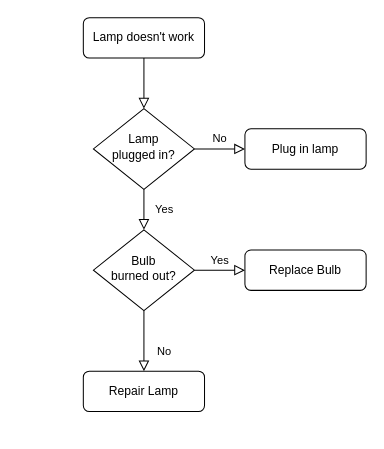
Earlier version of the draw.io diagram 3.drawio (LegendaryMouse/ZvonkovAndreyAlgoritmization). Source tidied: cells renumbered, new cells numbered last; positions are measured from the earlier drawing's top-left corner, leaving out a move shared by most shapes. Both pictures are drawn from the tidied source at 101%, with x=0, y=0 at pixel (83, 17).
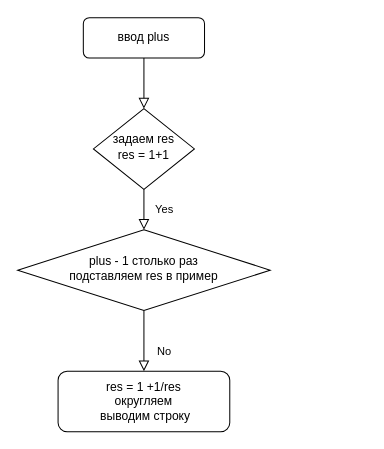
Above is the later version.

Change to the diagram source:
```diff
@@
 <mxGraphModel>
   <root>
     <mxCell id="0" />
     <mxCell id="1" parent="0" />
     <mxCell id="2" style="rounded=0;html=1;jettySize=auto;fontSize=11;endArrow=block;endFill=0;endSize=8;strokeWidth=1;shadow=0;labelBackgroundColor=none;edgeStyle=orthogonalEdgeStyle;" parent="1" edge="1" source="3" target="6">
       <mxGeometry relative="1" as="geometry" />
     </mxCell>
-    <mxCell id="3" value="Lamp doesn't work" style="rounded=1;whiteSpace=wrap;html=1;fontSize=12;glass=0;strokeWidth=1;shadow=0;" parent="1" vertex="1">
+    <mxCell id="3" value="ввод plus" style="rounded=1;whiteSpace=wrap;html=1;fontSize=12;glass=0;strokeWidth=1;shadow=0;" parent="1" vertex="1">
       <mxGeometry width="120" height="40" as="geometry" />
     </mxCell>
     <mxCell id="4" value="Yes" style="rounded=0;html=1;jettySize=auto;fontSize=11;endArrow=block;endFill=0;endSize=8;strokeWidth=1;shadow=0;labelBackgroundColor=none;edgeStyle=orthogonalEdgeStyle;" parent="1" edge="1" source="6" target="10">
       <mxGeometry y="20" relative="1" as="geometry" />
     </mxCell>
-    <mxCell id="5" value="No" style="edgeStyle=orthogonalEdgeStyle;rounded=0;html=1;jettySize=auto;fontSize=11;endArrow=block;endFill=0;endSize=8;strokeWidth=1;shadow=0;labelBackgroundColor=none;" parent="1" edge="1" source="6" target="7">
-      <mxGeometry y="10" relative="1" as="geometry" />
-    </mxCell>
-    <mxCell id="6" value="Lamp&lt;br&gt;plugged in?" style="rhombus;whiteSpace=wrap;html=1;shadow=0;fontFamily=Helvetica;fontSize=12;align=center;strokeWidth=1;spacing=6;spacingTop=-4;" parent="1" vertex="1">
+    <mxCell id="6" value="задаем res&lt;br&gt;res = 1+1" style="rhombus;whiteSpace=wrap;html=1;shadow=0;fontFamily=Helvetica;fontSize=12;align=center;strokeWidth=1;spacing=6;spacingTop=-4;" parent="1" vertex="1">
       <mxGeometry x="10" y="90" width="100" height="80" as="geometry" />
     </mxCell>
-    <mxCell id="7" value="Plug in lamp" style="rounded=1;whiteSpace=wrap;html=1;fontSize=12;glass=0;strokeWidth=1;shadow=0;" parent="1" vertex="1">
-      <mxGeometry x="160" y="110" width="120" height="40" as="geometry" />
-    </mxCell>
     <mxCell id="8" value="No" style="rounded=0;html=1;jettySize=auto;fontSize=11;endArrow=block;endFill=0;endSize=8;strokeWidth=1;shadow=0;labelBackgroundColor=none;edgeStyle=orthogonalEdgeStyle;" parent="1" edge="1" source="10" target="11">
       <mxGeometry x="0.33" y="20" relative="1" as="geometry" />
     </mxCell>
-    <mxCell id="9" value="Yes" style="edgeStyle=orthogonalEdgeStyle;rounded=0;html=1;jettySize=auto;fontSize=11;endArrow=block;endFill=0;endSize=8;strokeWidth=1;shadow=0;labelBackgroundColor=none;" parent="1" edge="1" source="10" target="12">
-      <mxGeometry y="10" relative="1" as="geometry" />
-    </mxCell>
-    <mxCell id="10" value="Bulb&lt;br&gt;burned out?" style="rhombus;whiteSpace=wrap;html=1;shadow=0;fontFamily=Helvetica;fontSize=12;align=center;strokeWidth=1;spacing=6;spacingTop=-4;" parent="1" vertex="1">
-      <mxGeometry x="10" y="210" width="100" height="80" as="geometry" />
+    <mxCell id="10" value="plus - 1 столько раз&lt;br&gt;подставляем res в пример" style="rhombus;whiteSpace=wrap;html=1;shadow=0;fontFamily=Helvetica;fontSize=12;align=center;strokeWidth=1;spacing=6;spacingTop=-4;" parent="1" vertex="1">
+      <mxGeometry x="-65" y="210" width="250" height="80" as="geometry" />
     </mxCell>
-    <mxCell id="11" value="Repair Lamp" style="rounded=1;whiteSpace=wrap;html=1;fontSize=12;glass=0;strokeWidth=1;shadow=0;" parent="1" vertex="1">
-      <mxGeometry y="350" width="120" height="40" as="geometry" />
+    <mxCell id="11" value="res = 1 +1/res&lt;br&gt;округляем&lt;br&gt;&amp;nbsp;выводим строку" style="rounded=1;whiteSpace=wrap;html=1;fontSize=12;glass=0;strokeWidth=1;shadow=0;" parent="1" vertex="1">
+      <mxGeometry x="-25" y="350" width="170" height="60" as="geometry" />
     </mxCell>
-    <mxCell id="12" value="Replace Bulb" style="rounded=1;whiteSpace=wrap;html=1;fontSize=12;glass=0;strokeWidth=1;shadow=0;" parent="1" vertex="1">
-      <mxGeometry x="160" y="230" width="120" height="40" as="geometry" />
-    </mxCell>
   </root>
 </mxGraphModel>
```
